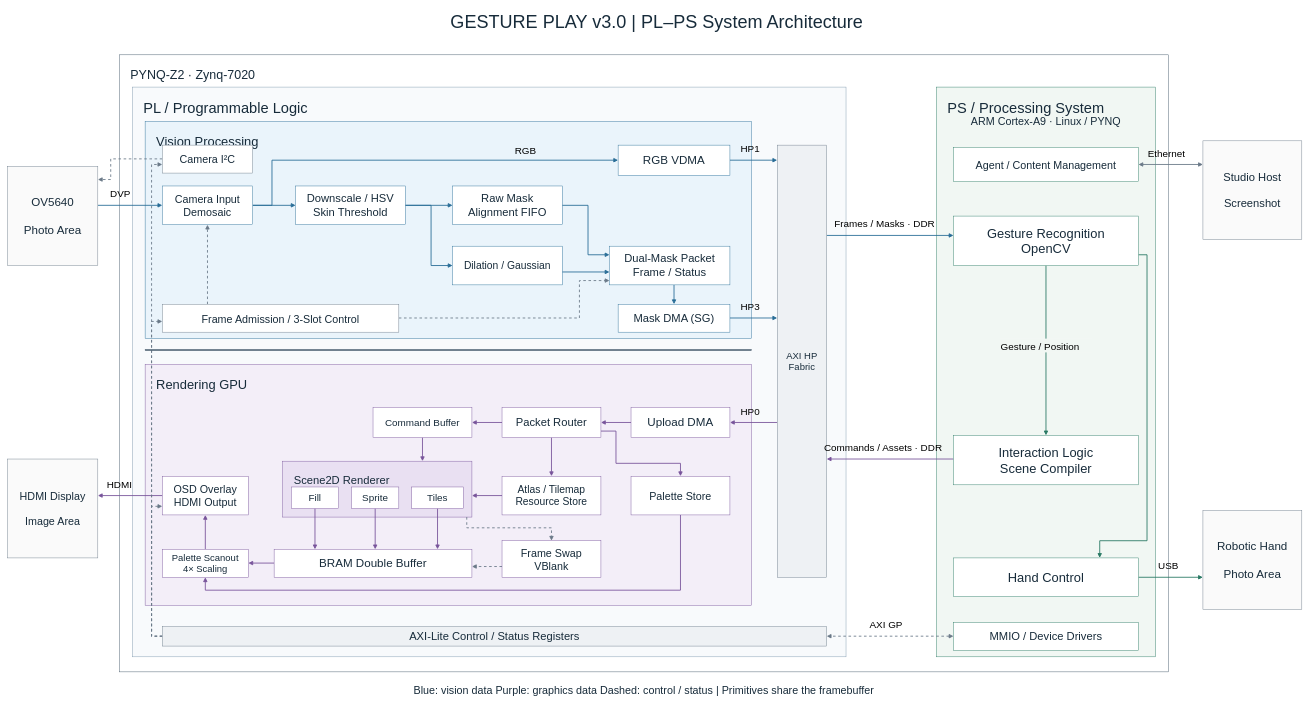
Earlier version of the draw.io diagram project/report/figures/pl_ps_v3/system_en.drawio (hyh2758832315/pynq-gesture-play). Source tidied: cells renumbered, new cells numbered last; positions are measured from the earlier drawing's top-left corner, leaving out a move shared by most shapes. Both pictures are drawn from the tidied source at 43%, with x=0, y=0 at pixel (7, 7).
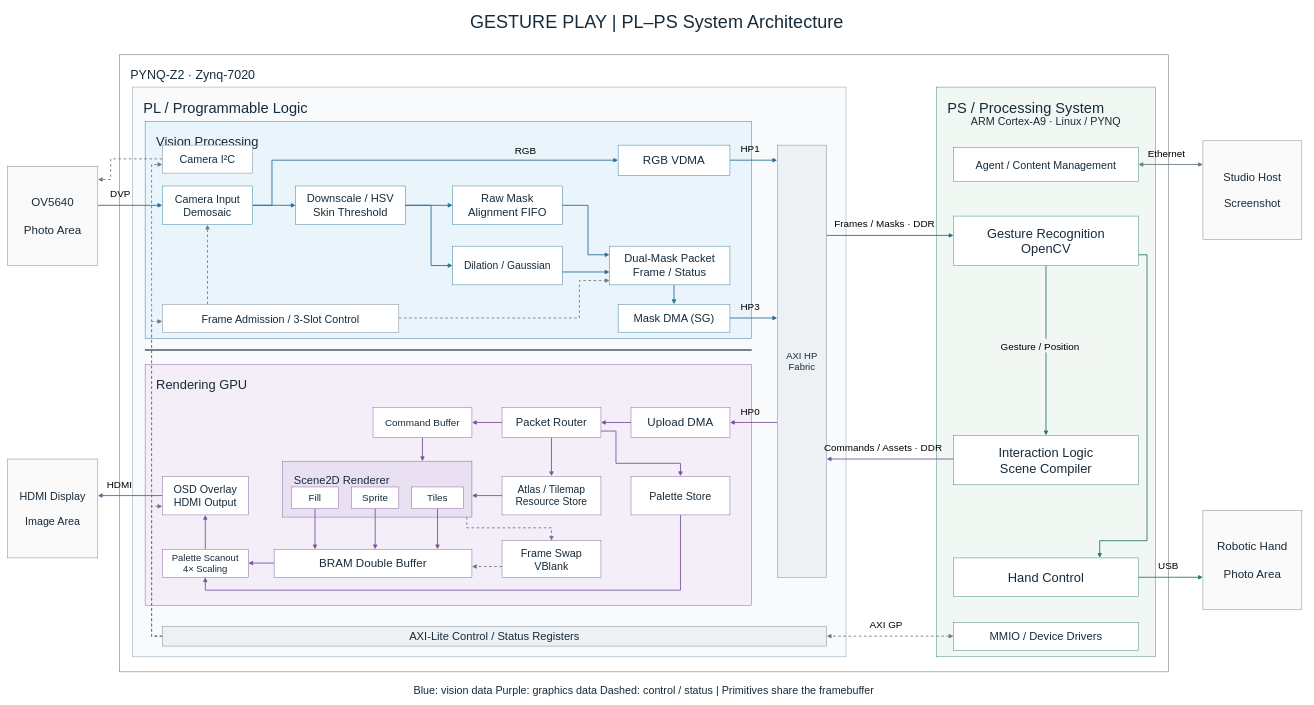
After the change.

Diff of the diagram source:
```diff
@@
-    <mxCell id="47" value="GESTURE PLAY v3.0  |  PL–PS System Architecture" style="rounded=0;whiteSpace=wrap;html=0;fillColor=#ffffff;strokeColor=#697887;fontColor=#172b3a;fontFamily=Microsoft YaHei;fontSize=42;spacing=12;fillColor=none;strokeColor=none;" parent="1" vertex="1">
+    <mxCell id="47" value="GESTURE PLAY  |  PL–PS System Architecture" style="rounded=0;whiteSpace=wrap;html=0;fillColor=#ffffff;strokeColor=#697887;fontColor=#172b3a;fontFamily=Microsoft YaHei;fontSize=42;spacing=12;fillColor=none;strokeColor=none;" parent="1" vertex="1">
       <mxGeometry width="3020" height="65" as="geometry" />
     </mxCell>
```
